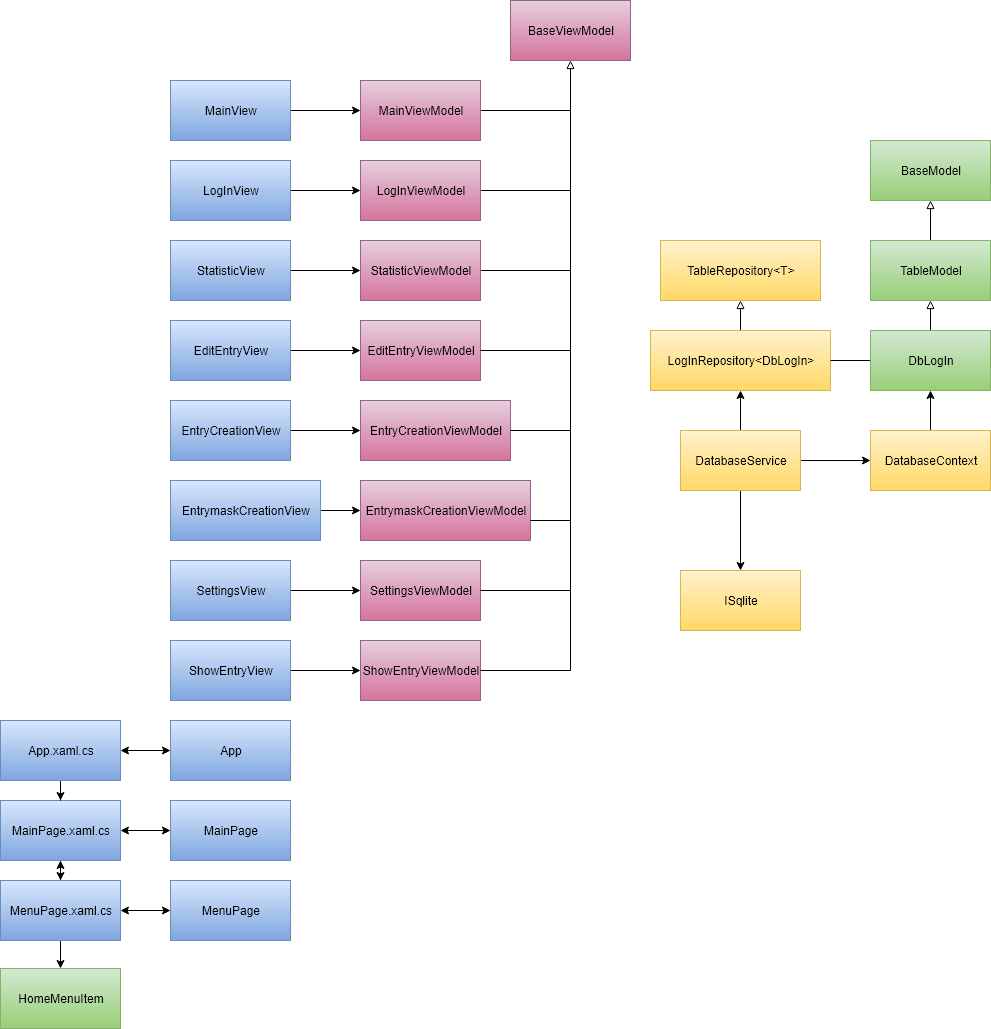
sewpalu/Compendia keeps this draw.io diagram as client/Compendia_client_uml.png. Above is the earlier version. Source tidied: cells renumbered, new cells last; positions are measured from the earlier drawing's top-left corner, leaving out a move shared by most shapes. Its diagram source:
```xml
<mxGraphModel>
  <root>
    <mxCell id="0" />
    <mxCell id="1" parent="0" />
    <mxCell id="2" style="edgeStyle=orthogonalEdgeStyle;rounded=0;jettySize=auto;html=1;" parent="1" edge="1" source="3" target="26">
      <mxGeometry relative="1" as="geometry" />
    </mxCell>
    <mxCell id="3" value="MainView" style="rounded=0;whiteSpace=wrap;html=1;gradientColor=#7ea6e0;fillColor=#dae8fc;strokeColor=#6c8ebf;" parent="1" vertex="1">
      <mxGeometry x="170" y="80" width="120" height="60" as="geometry" />
    </mxCell>
    <mxCell id="4" style="edgeStyle=orthogonalEdgeStyle;rounded=0;jettySize=auto;html=1;" parent="1" edge="1" source="5" target="28">
      <mxGeometry relative="1" as="geometry" />
    </mxCell>
    <mxCell id="5" value="LogInView" style="rounded=0;whiteSpace=wrap;html=1;gradientColor=#7ea6e0;fillColor=#dae8fc;strokeColor=#6c8ebf;" parent="1" vertex="1">
      <mxGeometry x="170" y="160" width="120" height="60" as="geometry" />
    </mxCell>
    <mxCell id="6" value="&lt;span style=&quot;color: rgba(0 , 0 , 0 , 0) ; font-family: monospace ; font-size: 0px&quot;&gt;%3CmxGraphModel%3E%3Croot%3E%3CmxCell%20id%3D%220%22%2F%3E%3CmxCell%20id%3D%221%22%20parent%3D%220%22%2F%3E%3CmxCell%20id%3D%222%22%20value%3D%22MainView%22%20style%3D%22rounded%3D0%3BwhiteSpace%3Dwrap%3Bhtml%3D1%3BgradientColor%3D%237ea6e0%3BfillColor%3D%23dae8fc%3BstrokeColor%3D%236c8ebf%3B%22%20vertex%3D%221%22%20parent%3D%221%22%3E%3CmxGeometry%20x%3D%22140%22%20y%3D%22160%22%20width%3D%22120%22%20height%3D%2260%22%20as%3D%22geometry%22%2F%3E%3C%2FmxCell%3E%3C%2Froot%3E%3C%2FmxGraphModel%3E&lt;/span&gt;" style="text;html=1;align=center;verticalAlign=middle;" parent="1" vertex="1">
      <mxGeometry x="235" y="200" width="20" height="20" as="geometry" />
    </mxCell>
    <mxCell id="7" style="edgeStyle=orthogonalEdgeStyle;rounded=0;jettySize=auto;html=1;startArrow=classic;startFill=1;endArrow=classic;endFill=1;" parent="1" edge="1" source="8" target="64">
      <mxGeometry relative="1" as="geometry" />
    </mxCell>
    <mxCell id="8" value="App" style="rounded=0;whiteSpace=wrap;html=1;gradientColor=#7ea6e0;fillColor=#dae8fc;strokeColor=#6c8ebf;" parent="1" vertex="1">
      <mxGeometry x="170" y="720" width="120" height="60" as="geometry" />
    </mxCell>
    <mxCell id="9" style="edgeStyle=orthogonalEdgeStyle;rounded=0;jettySize=auto;html=1;" parent="1" edge="1" source="10" target="29">
      <mxGeometry relative="1" as="geometry" />
    </mxCell>
    <mxCell id="10" value="EditEntryView" style="rounded=0;whiteSpace=wrap;html=1;gradientColor=#7ea6e0;fillColor=#dae8fc;strokeColor=#6c8ebf;" parent="1" vertex="1">
      <mxGeometry x="170" y="320" width="120" height="60" as="geometry" />
    </mxCell>
    <mxCell id="11" style="edgeStyle=orthogonalEdgeStyle;rounded=0;jettySize=auto;html=1;" parent="1" edge="1" source="12" target="32">
      <mxGeometry relative="1" as="geometry" />
    </mxCell>
    <mxCell id="12" value="EntryCreationView" style="rounded=0;whiteSpace=wrap;html=1;gradientColor=#7ea6e0;fillColor=#dae8fc;strokeColor=#6c8ebf;" parent="1" vertex="1">
      <mxGeometry x="170" y="400" width="120" height="60" as="geometry" />
    </mxCell>
    <mxCell id="13" style="edgeStyle=orthogonalEdgeStyle;rounded=0;jettySize=auto;html=1;" parent="1" edge="1" source="14" target="33">
      <mxGeometry relative="1" as="geometry" />
    </mxCell>
    <mxCell id="14" value="EntrymaskCreationView" style="rounded=0;whiteSpace=wrap;html=1;gradientColor=#7ea6e0;fillColor=#dae8fc;strokeColor=#6c8ebf;" parent="1" vertex="1">
      <mxGeometry x="170" y="480" width="150" height="60" as="geometry" />
    </mxCell>
    <mxCell id="15" style="edgeStyle=orthogonalEdgeStyle;rounded=0;jettySize=auto;html=1;endArrow=classic;endFill=1;startArrow=classic;startFill=1;" parent="1" edge="1" source="16" target="60">
      <mxGeometry relative="1" as="geometry" />
    </mxCell>
    <mxCell id="16" value="MainPage" style="rounded=0;whiteSpace=wrap;html=1;gradientColor=#7ea6e0;fillColor=#dae8fc;strokeColor=#6c8ebf;" parent="1" vertex="1">
      <mxGeometry x="170" y="800" width="120" height="60" as="geometry" />
    </mxCell>
    <mxCell id="17" style="edgeStyle=orthogonalEdgeStyle;rounded=0;jettySize=auto;html=1;startArrow=classic;startFill=1;endArrow=classic;endFill=1;" parent="1" edge="1" source="18" target="62">
      <mxGeometry relative="1" as="geometry" />
    </mxCell>
    <mxCell id="18" value="MenuPage" style="rounded=0;whiteSpace=wrap;html=1;gradientColor=#7ea6e0;fillColor=#dae8fc;strokeColor=#6c8ebf;" parent="1" vertex="1">
      <mxGeometry x="170" y="880" width="120" height="60" as="geometry" />
    </mxCell>
    <mxCell id="19" style="edgeStyle=orthogonalEdgeStyle;rounded=0;jettySize=auto;html=1;" parent="1" edge="1" source="20" target="34">
      <mxGeometry relative="1" as="geometry" />
    </mxCell>
    <mxCell id="20" value="SettingsView" style="rounded=0;whiteSpace=wrap;html=1;gradientColor=#7ea6e0;fillColor=#dae8fc;strokeColor=#6c8ebf;" parent="1" vertex="1">
      <mxGeometry x="170" y="560" width="120" height="60" as="geometry" />
    </mxCell>
    <mxCell id="21" style="edgeStyle=orthogonalEdgeStyle;rounded=0;jettySize=auto;html=1;" parent="1" edge="1" source="22" target="35">
      <mxGeometry relative="1" as="geometry" />
    </mxCell>
    <mxCell id="22" value="ShowEntryView" style="rounded=0;whiteSpace=wrap;html=1;gradientColor=#7ea6e0;fillColor=#dae8fc;strokeColor=#6c8ebf;" parent="1" vertex="1">
      <mxGeometry x="170" y="640" width="120" height="60" as="geometry" />
    </mxCell>
    <mxCell id="23" style="edgeStyle=orthogonalEdgeStyle;rounded=0;jettySize=auto;html=1;" parent="1" edge="1" source="24" target="31">
      <mxGeometry relative="1" as="geometry" />
    </mxCell>
    <mxCell id="24" value="StatisticView" style="rounded=0;whiteSpace=wrap;html=1;gradientColor=#7ea6e0;fillColor=#dae8fc;strokeColor=#6c8ebf;" parent="1" vertex="1">
      <mxGeometry x="170" y="240" width="120" height="60" as="geometry" />
    </mxCell>
    <mxCell id="25" style="edgeStyle=orthogonalEdgeStyle;rounded=0;jettySize=auto;html=1;entryX=0.5;entryY=1;entryDx=0;entryDy=0;endArrow=block;endFill=0;" parent="1" edge="1" source="26" target="36">
      <mxGeometry relative="1" as="geometry" />
    </mxCell>
    <mxCell id="26" value="MainViewModel" style="rounded=0;whiteSpace=wrap;html=1;gradientColor=#d5739d;fillColor=#e6d0de;strokeColor=#996185;" parent="1" vertex="1">
      <mxGeometry x="360" y="80" width="120" height="60" as="geometry" />
    </mxCell>
    <mxCell id="27" style="edgeStyle=orthogonalEdgeStyle;rounded=0;jettySize=auto;html=1;endArrow=none;endFill=0;" parent="1" edge="1" source="28">
      <mxGeometry relative="1" as="geometry">
        <mxPoint x="570" y="110" as="targetPoint" />
      </mxGeometry>
    </mxCell>
    <mxCell id="28" value="LogInViewModel" style="rounded=0;whiteSpace=wrap;html=1;gradientColor=#d5739d;fillColor=#e6d0de;strokeColor=#996185;" parent="1" vertex="1">
      <mxGeometry x="360" y="160" width="120" height="60" as="geometry" />
    </mxCell>
    <mxCell id="29" value="EditEntryViewModel" style="rounded=0;whiteSpace=wrap;html=1;gradientColor=#d5739d;fillColor=#e6d0de;strokeColor=#996185;" parent="1" vertex="1">
      <mxGeometry x="360" y="320" width="120" height="60" as="geometry" />
    </mxCell>
    <mxCell id="30" style="edgeStyle=orthogonalEdgeStyle;rounded=0;jettySize=auto;html=1;endArrow=none;endFill=0;" parent="1" edge="1" source="31">
      <mxGeometry relative="1" as="geometry">
        <mxPoint x="570" y="190" as="targetPoint" />
      </mxGeometry>
    </mxCell>
    <mxCell id="31" value="StatisticViewModel" style="rounded=0;whiteSpace=wrap;html=1;gradientColor=#d5739d;fillColor=#e6d0de;strokeColor=#996185;" parent="1" vertex="1">
      <mxGeometry x="360" y="240" width="120" height="60" as="geometry" />
    </mxCell>
    <mxCell id="32" value="EntryCreationViewModel" style="rounded=0;whiteSpace=wrap;html=1;gradientColor=#d5739d;fillColor=#e6d0de;strokeColor=#996185;" parent="1" vertex="1">
      <mxGeometry x="360" y="400" width="150" height="60" as="geometry" />
    </mxCell>
    <mxCell id="33" value="EntrymaskCreationViewModel" style="rounded=0;whiteSpace=wrap;html=1;gradientColor=#d5739d;fillColor=#e6d0de;strokeColor=#996185;" parent="1" vertex="1">
      <mxGeometry x="360" y="480" width="170" height="60" as="geometry" />
    </mxCell>
    <mxCell id="34" value="SettingsViewModel" style="rounded=0;whiteSpace=wrap;html=1;gradientColor=#d5739d;fillColor=#e6d0de;strokeColor=#996185;" parent="1" vertex="1">
      <mxGeometry x="360" y="560" width="120" height="60" as="geometry" />
    </mxCell>
    <mxCell id="35" value="ShowEntryViewModel" style="rounded=0;whiteSpace=wrap;html=1;gradientColor=#d5739d;fillColor=#e6d0de;strokeColor=#996185;" parent="1" vertex="1">
      <mxGeometry x="360" y="640" width="120" height="60" as="geometry" />
    </mxCell>
    <mxCell id="36" value="BaseViewModel" style="rounded=0;whiteSpace=wrap;html=1;gradientColor=#d5739d;fillColor=#e6d0de;strokeColor=#996185;" parent="1" vertex="1">
      <mxGeometry x="510" width="120" height="60" as="geometry" />
    </mxCell>
    <mxCell id="37" style="edgeStyle=orthogonalEdgeStyle;rounded=0;orthogonalLoop=1;jettySize=auto;html=1;endArrow=none;endFill=0;" parent="1" edge="1">
      <mxGeometry relative="1" as="geometry">
        <mxPoint x="480" y="350" as="sourcePoint" />
        <mxPoint x="570" y="270" as="targetPoint" />
      </mxGeometry>
    </mxCell>
    <mxCell id="38" style="edgeStyle=orthogonalEdgeStyle;rounded=0;jettySize=auto;html=1;endArrow=none;endFill=0;exitX=1;exitY=0.5;exitDx=0;exitDy=0;" parent="1" edge="1" source="32">
      <mxGeometry relative="1" as="geometry">
        <mxPoint x="570" y="350" as="targetPoint" />
      </mxGeometry>
    </mxCell>
    <mxCell id="39" style="edgeStyle=orthogonalEdgeStyle;rounded=0;orthogonalLoop=1;jettySize=auto;html=1;endArrow=none;endFill=0;exitX=1;exitY=0.5;exitDx=0;exitDy=0;" parent="1" edge="1">
      <mxGeometry relative="1" as="geometry">
        <mxPoint x="530" y="520" as="sourcePoint" />
        <mxPoint x="570" y="430" as="targetPoint" />
      </mxGeometry>
    </mxCell>
    <mxCell id="40" style="edgeStyle=orthogonalEdgeStyle;rounded=0;jettySize=auto;html=1;endArrow=none;endFill=0;exitX=1;exitY=0.5;exitDx=0;exitDy=0;" parent="1" edge="1" source="34">
      <mxGeometry relative="1" as="geometry">
        <mxPoint x="570" y="520" as="targetPoint" />
      </mxGeometry>
    </mxCell>
    <mxCell id="41" style="edgeStyle=orthogonalEdgeStyle;rounded=0;jettySize=auto;html=1;endArrow=none;endFill=0;exitX=1;exitY=0.5;exitDx=0;exitDy=0;" parent="1" edge="1" source="35">
      <mxGeometry relative="1" as="geometry">
        <mxPoint x="570" y="590" as="targetPoint" />
      </mxGeometry>
    </mxCell>
    <mxCell id="42" style="edgeStyle=orthogonalEdgeStyle;rounded=0;jettySize=auto;html=1;endArrow=classic;endFill=1;" parent="1" edge="1" source="43" target="53">
      <mxGeometry relative="1" as="geometry" />
    </mxCell>
    <mxCell id="43" value="DatabaseContext" style="rounded=0;whiteSpace=wrap;html=1;gradientColor=#ffd966;fillColor=#fff2cc;strokeColor=#d6b656;" parent="1" vertex="1">
      <mxGeometry x="870" y="430" width="120" height="60" as="geometry" />
    </mxCell>
    <mxCell id="44" style="edgeStyle=orthogonalEdgeStyle;rounded=0;jettySize=auto;html=1;endArrow=classic;endFill=1;" parent="1" edge="1" source="47" target="50">
      <mxGeometry relative="1" as="geometry" />
    </mxCell>
    <mxCell id="45" style="edgeStyle=orthogonalEdgeStyle;rounded=0;jettySize=auto;html=1;endArrow=classic;endFill=1;" parent="1" edge="1" source="47" target="43">
      <mxGeometry relative="1" as="geometry" />
    </mxCell>
    <mxCell id="46" style="edgeStyle=orthogonalEdgeStyle;rounded=0;jettySize=auto;html=1;startArrow=none;startFill=0;endArrow=classic;endFill=1;entryX=0.5;entryY=0;entryDx=0;entryDy=0;" parent="1" edge="1" source="47" target="54">
      <mxGeometry relative="1" as="geometry" />
    </mxCell>
    <mxCell id="47" value="DatabaseService" style="rounded=0;whiteSpace=wrap;html=1;gradientColor=#ffd966;fillColor=#fff2cc;strokeColor=#d6b656;" parent="1" vertex="1">
      <mxGeometry x="680" y="430" width="120" height="60" as="geometry" />
    </mxCell>
    <mxCell id="48" value="TableRepository&amp;lt;T&amp;gt;" style="rounded=0;whiteSpace=wrap;html=1;gradientColor=#ffd966;fillColor=#fff2cc;strokeColor=#d6b656;" parent="1" vertex="1">
      <mxGeometry x="660" y="240" width="160" height="60" as="geometry" />
    </mxCell>
    <mxCell id="49" style="edgeStyle=orthogonalEdgeStyle;rounded=0;jettySize=auto;html=1;endArrow=block;endFill=0;" parent="1" edge="1" source="50" target="48">
      <mxGeometry relative="1" as="geometry" />
    </mxCell>
    <mxCell id="50" value="LogInRepository&amp;lt;DbLogIn&amp;gt;" style="rounded=0;whiteSpace=wrap;html=1;gradientColor=#ffd966;fillColor=#fff2cc;strokeColor=#d6b656;" parent="1" vertex="1">
      <mxGeometry x="650" y="330" width="180" height="60" as="geometry" />
    </mxCell>
    <mxCell id="51" style="edgeStyle=orthogonalEdgeStyle;rounded=0;jettySize=auto;html=1;endArrow=none;endFill=0;" parent="1" edge="1" source="53" target="50">
      <mxGeometry relative="1" as="geometry" />
    </mxCell>
    <mxCell id="52" style="edgeStyle=orthogonalEdgeStyle;rounded=0;jettySize=auto;html=1;endArrow=block;endFill=0;" parent="1" edge="1" source="53" target="57">
      <mxGeometry relative="1" as="geometry" />
    </mxCell>
    <mxCell id="53" value="DbLogIn" style="rounded=0;whiteSpace=wrap;html=1;gradientColor=#97d077;fillColor=#d5e8d4;strokeColor=#82b366;" parent="1" vertex="1">
      <mxGeometry x="870" y="330" width="120" height="60" as="geometry" />
    </mxCell>
    <mxCell id="54" value="ISqlite" style="rounded=0;whiteSpace=wrap;html=1;gradientColor=#ffd966;fillColor=#fff2cc;strokeColor=#d6b656;" parent="1" vertex="1">
      <mxGeometry x="680" y="570" width="120" height="60" as="geometry" />
    </mxCell>
    <mxCell id="55" value="BaseModel" style="rounded=0;whiteSpace=wrap;html=1;gradientColor=#97d077;fillColor=#d5e8d4;strokeColor=#82b366;" parent="1" vertex="1">
      <mxGeometry x="870" y="140" width="120" height="60" as="geometry" />
    </mxCell>
    <mxCell id="56" style="edgeStyle=orthogonalEdgeStyle;rounded=0;jettySize=auto;html=1;endArrow=block;endFill=0;" parent="1" edge="1" source="57" target="55">
      <mxGeometry relative="1" as="geometry" />
    </mxCell>
    <mxCell id="57" value="TableModel" style="rounded=0;whiteSpace=wrap;html=1;gradientColor=#97d077;fillColor=#d5e8d4;strokeColor=#82b366;" parent="1" vertex="1">
      <mxGeometry x="870" y="240" width="120" height="60" as="geometry" />
    </mxCell>
    <mxCell id="58" value="HomeMenuItem" style="rounded=0;whiteSpace=wrap;html=1;gradientColor=#97d077;fillColor=#d5e8d4;strokeColor=#82b366;" parent="1" vertex="1">
      <mxGeometry y="968" width="120" height="60" as="geometry" />
    </mxCell>
    <mxCell id="59" style="edgeStyle=orthogonalEdgeStyle;rounded=0;jettySize=auto;html=1;startArrow=classic;startFill=1;endArrow=classic;endFill=1;" parent="1" edge="1" source="60" target="62">
      <mxGeometry relative="1" as="geometry" />
    </mxCell>
    <mxCell id="60" value="MainPage.xaml.cs" style="rounded=0;whiteSpace=wrap;html=1;gradientColor=#7ea6e0;fillColor=#dae8fc;strokeColor=#6c8ebf;" parent="1" vertex="1">
      <mxGeometry y="800" width="120" height="60" as="geometry" />
    </mxCell>
    <mxCell id="61" style="edgeStyle=orthogonalEdgeStyle;rounded=0;jettySize=auto;html=1;startArrow=none;startFill=0;endArrow=classic;endFill=1;" parent="1" edge="1" source="62" target="58">
      <mxGeometry relative="1" as="geometry" />
    </mxCell>
    <mxCell id="62" value="MenuPage.xaml.cs" style="rounded=0;whiteSpace=wrap;html=1;gradientColor=#7ea6e0;fillColor=#dae8fc;strokeColor=#6c8ebf;" parent="1" vertex="1">
      <mxGeometry y="880" width="120" height="60" as="geometry" />
    </mxCell>
    <mxCell id="63" style="edgeStyle=orthogonalEdgeStyle;rounded=0;jettySize=auto;html=1;startArrow=none;startFill=0;endArrow=classic;endFill=1;" parent="1" edge="1" source="64" target="60">
      <mxGeometry relative="1" as="geometry" />
    </mxCell>
    <mxCell id="64" value="App.xaml.cs" style="rounded=0;whiteSpace=wrap;html=1;gradientColor=#7ea6e0;fillColor=#dae8fc;strokeColor=#6c8ebf;" parent="1" vertex="1">
      <mxGeometry y="720" width="120" height="60" as="geometry" />
    </mxCell>
  </root>
</mxGraphModel>
```
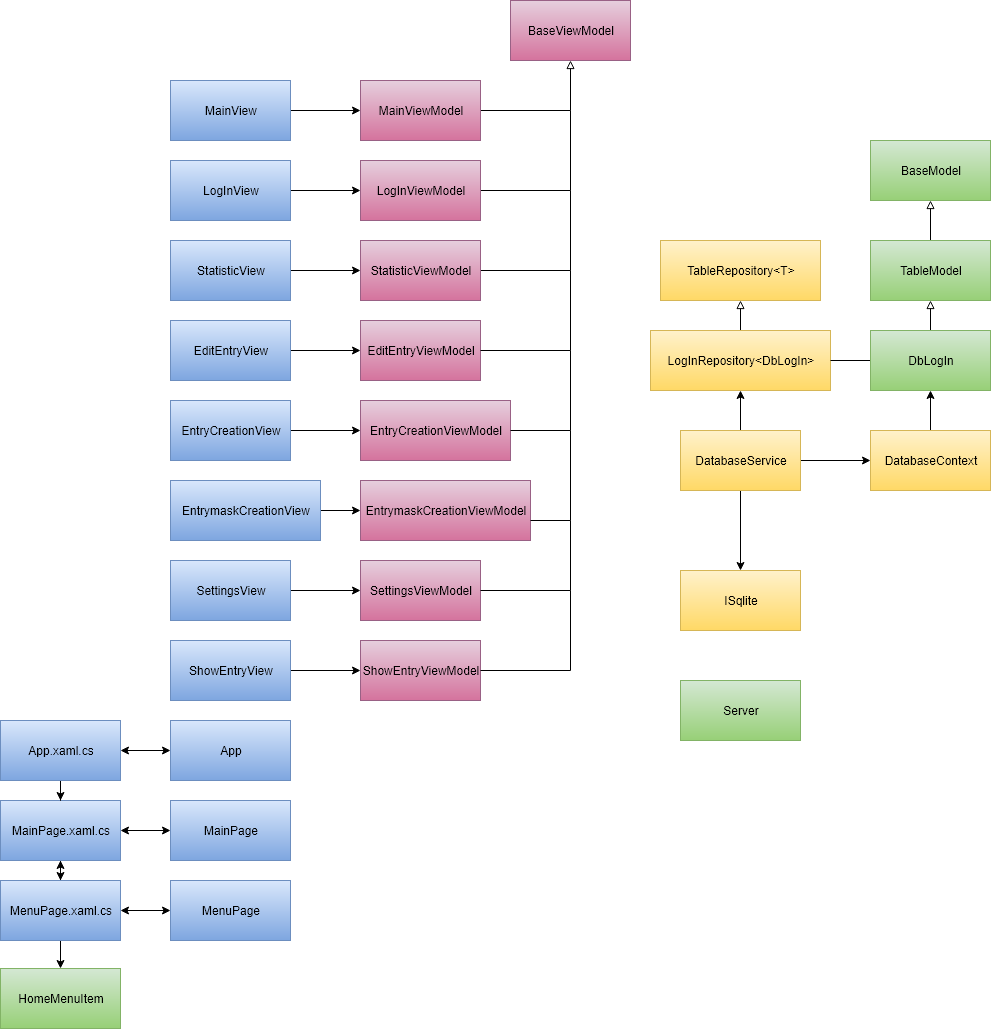
After the commit.

The edit, as a diff of the source:
```diff
@@ -207,5 +207,8 @@
     <mxCell id="64" value="App.xaml.cs" style="rounded=0;whiteSpace=wrap;html=1;gradientColor=#7ea6e0;fillColor=#dae8fc;strokeColor=#6c8ebf;" parent="1" vertex="1">
       <mxGeometry y="720" width="120" height="60" as="geometry" />
     </mxCell>
+    <mxCell id="65" value="Server" style="rounded=0;whiteSpace=wrap;html=1;fillColor=#d5e8d4;strokeColor=#82b366;gradientColor=#97d077;" parent="1" vertex="1">
+      <mxGeometry x="680" y="680" width="120" height="60" as="geometry" />
+    </mxCell>
   </root>
 </mxGraphModel>
```
